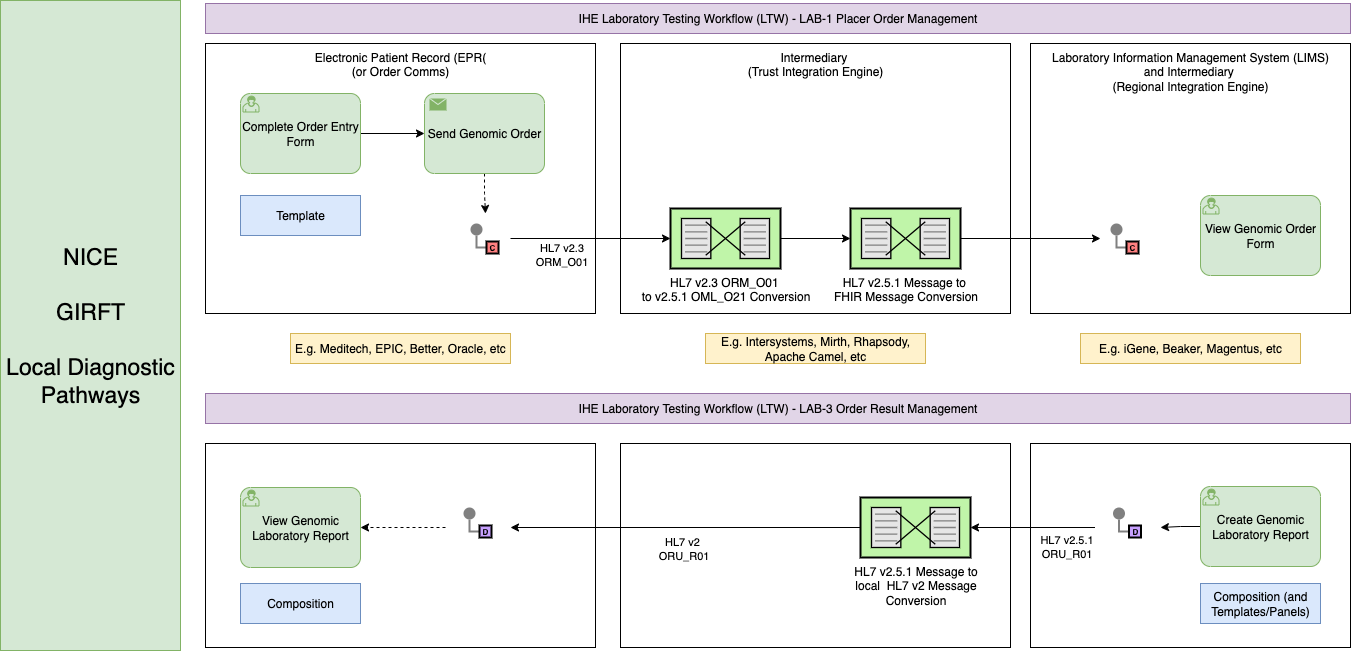
nw-gmsa/nw-gmsa.github.com keeps this draw.io diagram as input/images/Order Entry.drawio.png. Above is the earlier version. Source tidied: cells renumbered, new cells last; positions are measured from the earlier drawing's top-left corner, leaving out a move shared by most shapes.
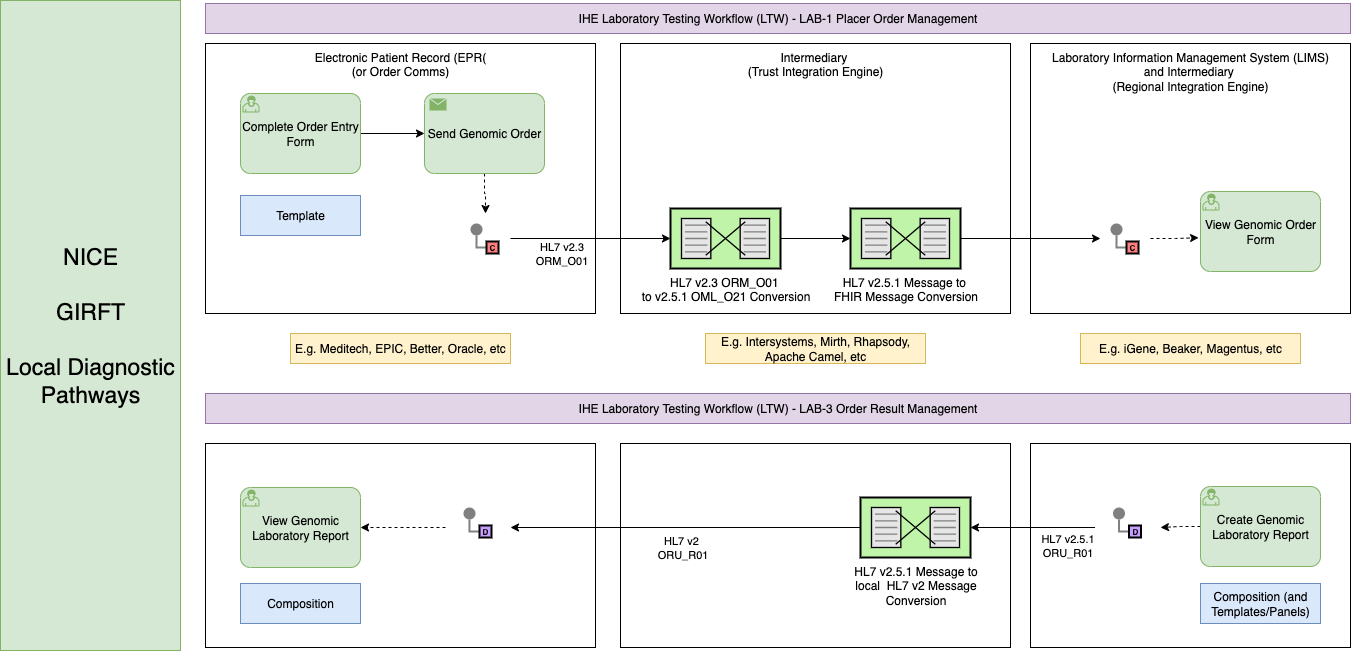
Above is the later version.

Change to the diagram source:
```diff
@@ -143,14 +143,14 @@
     <mxCell id="46" value="Composition" style="rounded=0;whiteSpace=wrap;html=1;fillColor=#dae8fc;strokeColor=#6c8ebf;" parent="1" vertex="1">
       <mxGeometry x="240" y="583" width="120" height="40" as="geometry" />
     </mxCell>
-    <mxCell id="47" style="edgeStyle=orthogonalEdgeStyle;rounded=0;jettySize=auto;html=1;entryX=1;entryY=0.5;entryDx=0;entryDy=0;exitX=0;exitY=0.5;exitDx=0;exitDy=0;exitPerimeter=0;" parent="1" edge="1" source="50" target="5">
+    <mxCell id="47" style="edgeStyle=orthogonalEdgeStyle;rounded=0;jettySize=auto;html=1;entryX=1;entryY=0.5;entryDx=0;entryDy=0;exitX=0;exitY=0.5;exitDx=0;exitDy=0;exitPerimeter=0;dashed=1;" parent="1" edge="1" source="50" target="5">
       <mxGeometry relative="1" as="geometry" />
     </mxCell>
     <mxCell id="48" value="Composition (and Templates/Panels)" style="rounded=0;whiteSpace=wrap;html=1;fillColor=#dae8fc;strokeColor=#6c8ebf;" parent="1" vertex="1">
       <mxGeometry x="1200" y="583" width="120" height="40" as="geometry" />
     </mxCell>
     <mxCell id="49" value="View Genomic Order Form" style="points=[[0.25,0,0],[0.5,0,0],[0.75,0,0],[1,0.25,0],[1,0.5,0],[1,0.75,0],[0.75,1,0],[0.5,1,0],[0.25,1,0],[0,0.75,0],[0,0.5,0],[0,0.25,0]];shape=mxgraph.bpmn.task2;whiteSpace=wrap;rectStyle=rounded;size=10;html=1;taskMarker=user;fillColor=#d5e8d4;strokeColor=#82b366;" parent="1" vertex="1">
-      <mxGeometry x="1200" y="195" width="120" height="80" as="geometry" />
+      <mxGeometry x="1200" y="191" width="120" height="80" as="geometry" />
     </mxCell>
     <mxCell id="50" value="Create Genomic Laboratory Report" style="points=[[0.25,0,0],[0.5,0,0],[0.75,0,0],[1,0.25,0],[1,0.5,0],[1,0.75,0],[0.75,1,0],[0.5,1,0],[0.25,1,0],[0,0.75,0],[0,0.5,0],[0,0.25,0]];shape=mxgraph.bpmn.task2;whiteSpace=wrap;rectStyle=rounded;size=10;html=1;taskMarker=user;fillColor=#d5e8d4;strokeColor=#82b366;" parent="1" vertex="1">
       <mxGeometry x="1200" y="486" width="120" height="80" as="geometry" />
@@ -161,5 +161,8 @@
     <mxCell id="52" value="&lt;font style=&quot;font-size: 23px;&quot;&gt;NICE&lt;br&gt;&lt;br&gt;GIRFT&lt;br&gt;&lt;br&gt;&lt;/font&gt;&lt;div&gt;&lt;font style=&quot;font-size: 23px;&quot;&gt;Local Diagnostic Pathways&lt;/font&gt;&lt;/div&gt;" style="rounded=0;whiteSpace=wrap;html=1;fillColor=#d5e8d4;strokeColor=#82b366;" parent="1" vertex="1">
       <mxGeometry width="180" height="650" as="geometry" />
     </mxCell>
+    <mxCell id="53" style="edgeStyle=orthogonalEdgeStyle;rounded=0;jettySize=auto;html=1;entryX=-0.016;entryY=0.578;entryDx=0;entryDy=0;entryPerimeter=0;dashed=1;" parent="1" edge="1" source="26" target="49">
+      <mxGeometry relative="1" as="geometry" />
+    </mxCell>
   </root>
 </mxGraphModel>
```
